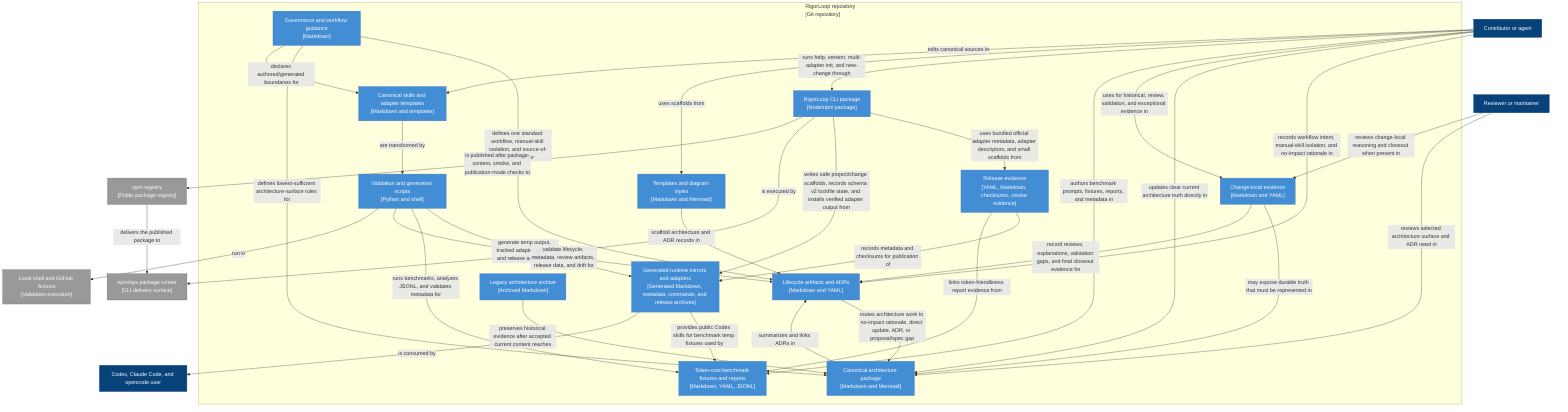
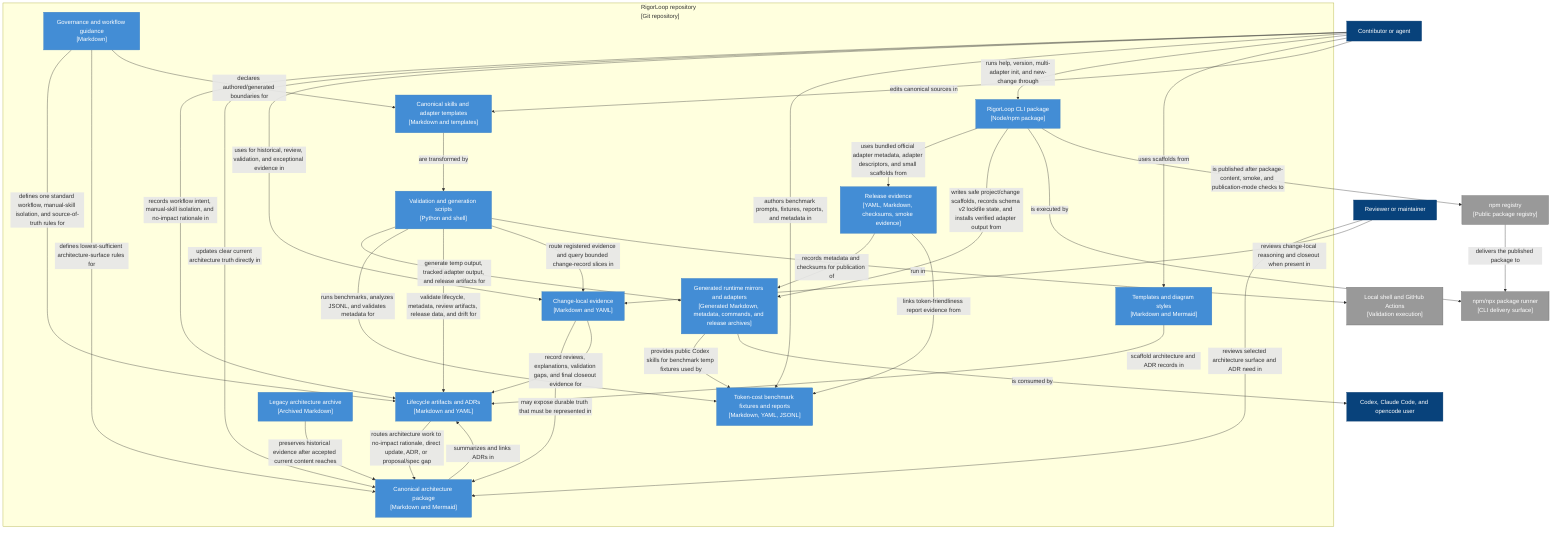
flowchart TB
  contributor["Contributor or agent"]:::person
  reviewer["Reviewer or maintainer"]:::person
  execution["Local shell and GitHub Actions<br/>[Validation execution]"]:::external
  package_runner["npm/npx package runner<br/>[CLI delivery surface]"]:::external
  npm_registry["npm registry<br/>[Public package registry]"]:::external
  adapter_user["Codex, Claude Code, and opencode user"]:::person

  subgraph repo["RigorLoop repository<br/>[Git repository]"]
    governance["Governance and workflow guidance<br/>[Markdown]"]:::container
    lifecycle["Lifecycle artifacts and ADRs<br/>[Markdown and YAML]"]:::container
    token_bench["Token-cost benchmark fixtures and reports<br/>[Markdown, YAML, JSONL]"]:::container
    cli["RigorLoop CLI package<br/>[Node/npm package]"]:::container
    architecture["Canonical architecture package<br/>[Markdown and Mermaid]"]:::container
    changes["Change-local evidence<br/>[Markdown and YAML]"]:::container
    templates["Templates and diagram styles<br/>[Markdown and Mermaid]"]:::container
    skills["Canonical skills and adapter templates<br/>[Markdown and templates]"]:::container
    scripts["Validation and generation scripts<br/>[Python and shell]"]:::container
    generated["Generated runtime mirrors and adapters<br/>[Generated Markdown, metadata, commands, and release archives]"]:::container
    release["Release evidence<br/>[YAML, Markdown, checksums, smoke evidence]"]:::container
    legacy["Legacy architecture archive<br/>[Archived Markdown]"]:::container
  end

  contributor -->|records workflow intent, manual-skill isolation, and no-impact rationale in| lifecycle
  contributor -->|updates clear current architecture truth directly in| architecture
  contributor -->|uses for historical, review, validation, and exceptional evidence in| changes
  contributor -->|authors benchmark prompts, fixtures, reports, and metadata in| token_bench
  contributor -->|runs help, version, multi-adapter init, and new-change through| cli
  contributor -->|uses scaffolds from| templates
  contributor -->|edits canonical sources in| skills
  reviewer -->|reviews selected architecture surface and ADR need in| architecture
  reviewer -->|reviews change-local reasoning and closeout when present in| changes
  governance -->|defines one standard workflow, manual-skill isolation, and source-of-truth rules for| lifecycle
  governance -->|defines lowest-sufficient architecture-surface rules for| architecture
  governance -->|declares authored/generated boundaries for| skills
  lifecycle -->|routes architecture work to no-impact rationale, direct update, ADR, or proposal/spec gap| architecture
  changes -->|may expose durable truth that must be represented in| architecture
  changes -->|record reviews, explanations, validation gaps, and final closeout evidence for| lifecycle
  templates -->|scaffold architecture and ADR records in| lifecycle
  skills -->|are transformed by| scripts
  scripts -->|generate temp output, tracked adapter output, and release artifacts for| generated
  scripts -->|runs benchmarks, analyzes JSONL, and validates metadata for| token_bench
  cli -->|uses bundled official adapter metadata, adapter descriptors, and small scaffolds from| release
  cli -->|writes safe project/change scaffolds, records schema v2 lockfile state, and installs verified adapter output from| generated
  cli -->|is executed by| package_runner
  cli -->|is published after package-content, smoke, and publication-mode checks to| npm_registry
  npm_registry -->|delivers the published package to| package_runner
  generated -->|provides public Codex skills for benchmark temp fixtures used by| token_bench
  scripts -->|validate lifecycle, metadata, review artifacts, release data, and drift for| lifecycle
+   scripts -->|route registered evidence and query bounded change-record slices in| changes
  scripts -->|run in| execution
  release -->|records metadata and checksums for publication of| generated
  release -->|links token-friendliness report evidence from| token_bench
  generated -->|is consumed by| adapter_user
  legacy -->|preserves historical evidence after accepted current content reaches| architecture
  architecture -->|summarizes and links ADRs in| lifecycle

  classDef person fill:#08427b,stroke:#073b6f,color:#fff
  classDef system fill:#1168bd,stroke:#0e5aa7,color:#fff
  classDef external fill:#999,stroke:#666,color:#fff
  classDef container fill:#438dd5,stroke:#3c7fc0,color:#fff
